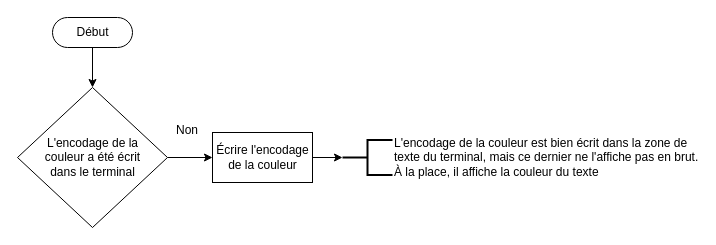
Earlier version of the draw.io diagram Graphiques/Fonctions/draw_header_line.drawio (DimitriObeid/Linux-reinstall). Source tidied: cells renumbered, new cells numbered last; positions are measured from the earlier drawing's top-left corner, leaving out a move shared by most shapes. Both pictures are drawn from the tidied source at 100%, with x=0, y=0 at pixel (17, 17).
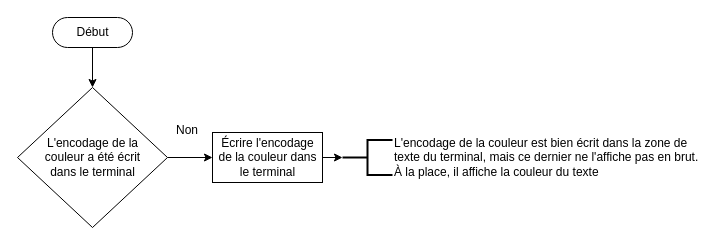
Above is the later version.

Diff of the diagram source:
```diff
@@
 <mxGraphModel>
   <root>
     <mxCell id="0" />
     <mxCell id="1" parent="0" />
     <mxCell id="2" style="edgeStyle=orthogonalEdgeStyle;rounded=0;jettySize=auto;html=1;exitX=0.5;exitY=0.5;exitDx=0;exitDy=15;exitPerimeter=0;entryX=0.5;entryY=0;entryDx=0;entryDy=0;" parent="1" edge="1" source="3" target="5">
       <mxGeometry relative="1" as="geometry" />
     </mxCell>
     <mxCell id="3" value="Début" style="html=1;dashed=0;whitespace=wrap;shape=mxgraph.dfd.start;" parent="1" vertex="1">
       <mxGeometry x="35" width="80" height="30" as="geometry" />
     </mxCell>
     <mxCell id="4" style="edgeStyle=orthogonalEdgeStyle;rounded=0;jettySize=auto;html=1;exitX=1;exitY=0.5;exitDx=0;exitDy=0;entryX=0;entryY=0.5;entryDx=0;entryDy=0;" parent="1" edge="1" source="5" target="7">
       <mxGeometry relative="1" as="geometry" />
     </mxCell>
     <mxCell id="5" value="L'encodage de la&lt;br&gt;couleur a été écrit&lt;br&gt;dans le terminal" style="shape=rhombus;html=1;dashed=0;whitespace=wrap;perimeter=rhombusPerimeter;" parent="1" vertex="1">
       <mxGeometry y="70" width="150" height="140" as="geometry" />
     </mxCell>
     <mxCell id="6" style="edgeStyle=orthogonalEdgeStyle;rounded=0;jettySize=auto;html=1;exitX=1;exitY=0.5;exitDx=0;exitDy=0;entryX=0;entryY=0.5;entryDx=0;entryDy=0;entryPerimeter=0;" parent="1" edge="1" source="7" target="8">
       <mxGeometry relative="1" as="geometry" />
     </mxCell>
-    <mxCell id="7" value="Écrire l'encodage&lt;br&gt;de la couleur" style="html=1;dashed=0;whitespace=wrap;" parent="1" vertex="1">
-      <mxGeometry x="195" y="115" width="100" height="50" as="geometry" />
+    <mxCell id="7" value="Écrire l'encodage&lt;br&gt;de la couleur dans &lt;br&gt;le terminal" style="html=1;dashed=0;whitespace=wrap;" parent="1" vertex="1">
+      <mxGeometry x="195" y="115" width="110" height="50" as="geometry" />
     </mxCell>
     <mxCell id="8" value="L'encodage de la couleur est bien écrit dans la zone de &lt;br&gt;texte du terminal, mais ce dernier ne l'affiche pas en&amp;nbsp;brut.&lt;br&gt;À la place, il affiche la couleur du texte" style="strokeWidth=2;html=1;shape=mxgraph.flowchart.annotation_2;align=left;labelPosition=right;" parent="1" vertex="1">
       <mxGeometry x="325" y="122.5" width="50" height="35" as="geometry" />
     </mxCell>
     <mxCell id="9" value="Non" style="text;html=1;strokeColor=none;fillColor=none;align=center;verticalAlign=middle;whiteSpace=wrap;rounded=0;" parent="1" vertex="1">
       <mxGeometry x="150" y="103" width="40" height="20" as="geometry" />
     </mxCell>
   </root>
 </mxGraphModel>
```
